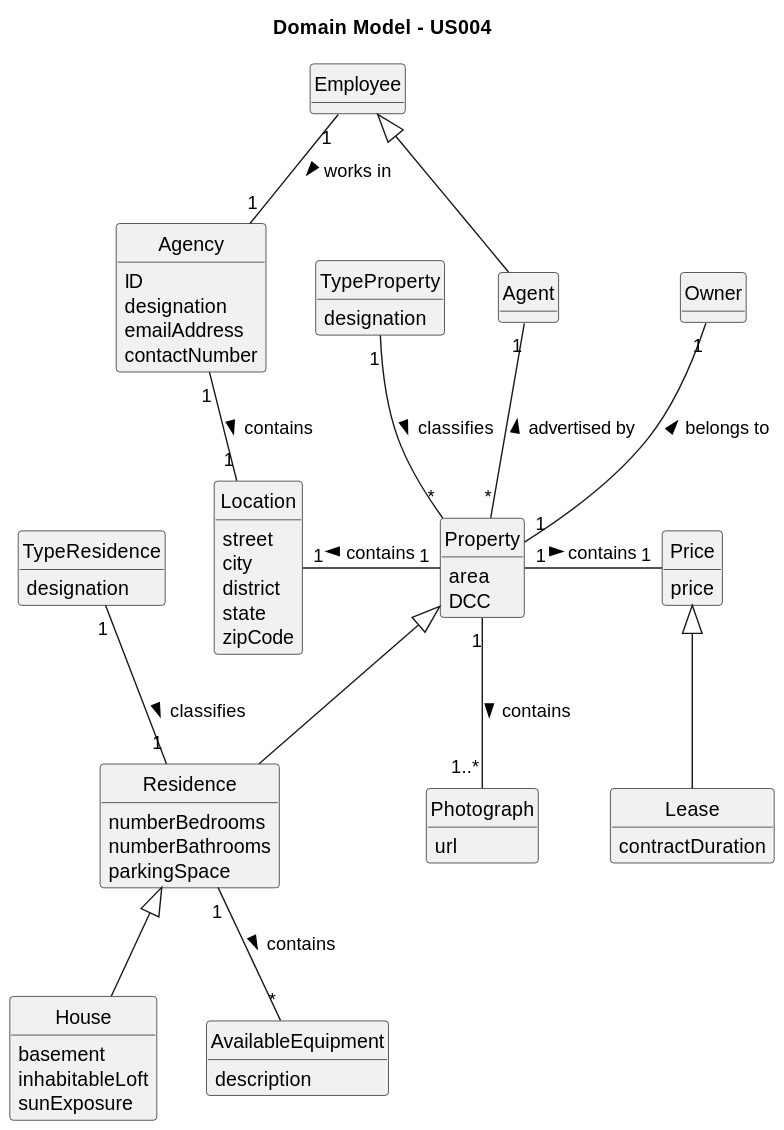
Before: docs/sprintB/us004/02.analysis/svg/us004-domain-model.svg, a diagram exported from PlantUML (rita-barbosa/LAPR2-2223). The source it was exported from:
```plantuml
@startuml
skinparam monochrome true
skinparam packageStyle rectangle
skinparam shadowing false


skinparam classAttributeIconSize 0

hide circle
hide methods

title Domain Model - US004

class Property {
    area
    DCC
}

class Photograph{
    url
}

class Lease extends Price{
    contractDuration
}

class Price {
    price
}

class Residence extends Property{
    numberBedrooms
    numberBathrooms
    parkingSpace

}

class Location{
    street
    city
    district
    state
    zipCode
}

class TypeResidence{
    designation
}

class TypeProperty{
    designation
}

class House extends Residence{
    basement
    inhabitableLoft
    sunExposure
}

class AvailableEquipment{
    description
}

class Agent extends Employee{}

class Agency {
    ID
    designation
    emailAddress
    contactNumber
}
class Employee{}
class Owner {
}


Employee "1" -- "1" Agency: works in  >
Agency "1" -- "1" Location : contains >
TypeProperty "1" -- "*" Property : classifies >
Price "1" -left- "1" Property : contains <
Property "1" -up- "1" Owner : belongs to >
Agent "1" -down- "*" Property : < advertised by
Photograph "1..*" -up- "1" Property : contains <
Location "1" -right- "1" Property : contains <
Residence "1" -- "*" AvailableEquipment : contains >
TypeResidence "1" -- "1" Residence: classifies >
@enduml
```
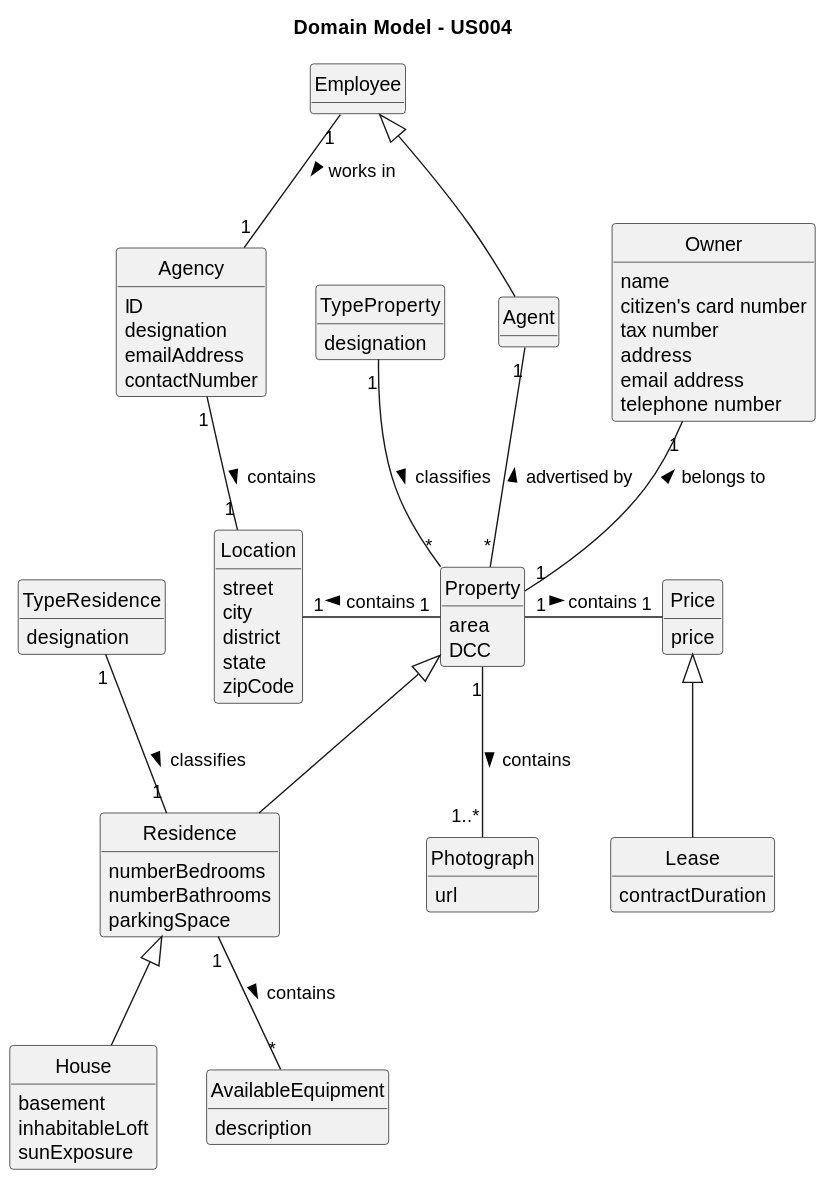
After the change.

Commit message:
Domain Model Update [UC-04] [Analysis]

What changed in the source:
```diff
@@ -70,7 +70,14 @@
     contactNumber
 }
 class Employee{}
+
 class Owner {
+    name
+    citizen's card number
+    tax number
+    address
+    email address
+    telephone number
 }
 
 
```
